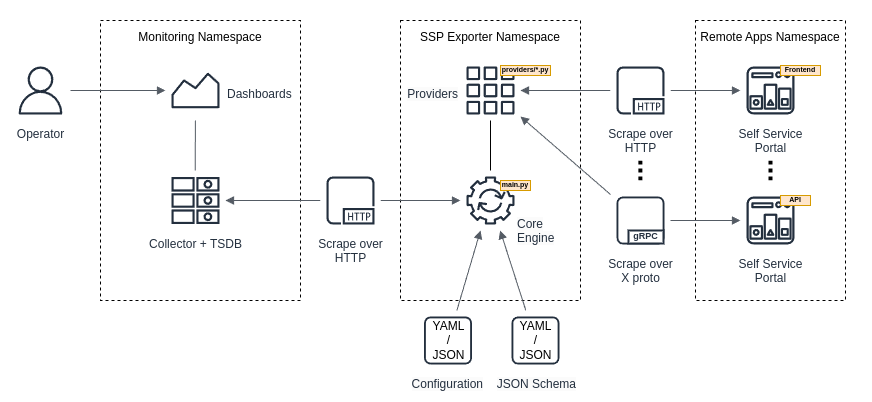
Earlier version of the draw.io export images/ssp_exporter_system_design.png (freefd/ssp-exporter). Source tidied: cells renumbered, new cells last; positions are measured from the earlier drawing's top-left corner, leaving out a move shared by most shapes.
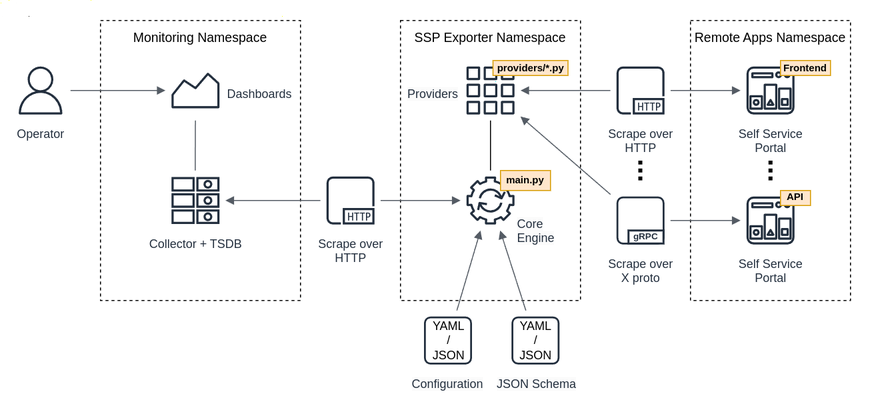
The same file after the commit.

Commit message:
ssp-exporter: update README, update JSON schema, add more types to label value

The edit, as a diff of the source:
```diff
@@ -5,13 +5,13 @@
     <mxCell id="2" style="rounded=0;whiteSpace=wrap;html=1;strokeColor=none;" parent="1" vertex="1">
       <mxGeometry width="870" height="390" as="geometry" />
     </mxCell>
-    <mxCell id="3" value="&lt;font color=&quot;#000000&quot;&gt;Remote Apps Namespace&lt;/font&gt;" style="gradientColor=none;html=1;whiteSpace=wrap;fontSize=12;fontStyle=0;strokeColor=#000000;fillColor=none;verticalAlign=top;align=center;fontColor=#879196;dashed=1;spacingTop=3;" parent="1" vertex="1">
-      <mxGeometry x="695" y="20" width="150" height="280" as="geometry" />
+    <mxCell id="3" value="&lt;font color=&quot;#000000&quot;&gt;Remote Apps Namespace&lt;/font&gt;" style="gradientColor=none;html=1;whiteSpace=wrap;fontSize=13;fontStyle=0;strokeColor=#000000;fillColor=none;verticalAlign=top;align=center;fontColor=#879196;dashed=1;spacingTop=3;" parent="1" vertex="1">
+      <mxGeometry x="690" y="20" width="160" height="280" as="geometry" />
     </mxCell>
-    <mxCell id="4" value="&lt;font color=&quot;#000000&quot;&gt;SSP Exporter Namespace&lt;/font&gt;" style="gradientColor=none;html=1;whiteSpace=wrap;fontSize=12;fontStyle=0;strokeColor=#000000;fillColor=none;verticalAlign=top;align=center;fontColor=#879196;dashed=1;spacingTop=3;" parent="1" vertex="1">
+    <mxCell id="4" value="&lt;font color=&quot;#000000&quot;&gt;SSP Exporter Namespace&lt;/font&gt;" style="gradientColor=none;html=1;whiteSpace=wrap;fontSize=13;fontStyle=0;strokeColor=#000000;fillColor=none;verticalAlign=top;align=center;fontColor=#879196;dashed=1;spacingTop=3;" parent="1" vertex="1">
       <mxGeometry x="400" y="20" width="180" height="280" as="geometry" />
     </mxCell>
-    <mxCell id="5" value="&lt;font color=&quot;#000000&quot;&gt;Monitoring Namespace&lt;/font&gt;" style="gradientColor=none;html=1;whiteSpace=wrap;fontSize=12;fontStyle=0;strokeColor=#000000;fillColor=none;verticalAlign=top;align=center;fontColor=#879196;dashed=1;spacingTop=3;" parent="1" vertex="1">
+    <mxCell id="5" value="&lt;font color=&quot;#000000&quot;&gt;Monitoring Namespace&lt;/font&gt;" style="gradientColor=none;html=1;whiteSpace=wrap;fontSize=13;fontStyle=0;strokeColor=#000000;fillColor=none;verticalAlign=top;align=center;fontColor=#879196;dashed=1;spacingTop=3;" parent="1" vertex="1">
       <mxGeometry x="100" y="20" width="200" height="280" as="geometry" />
     </mxCell>
     <mxCell id="6" value="Operator" style="sketch=0;outlineConnect=0;fontColor=#232F3E;gradientColor=none;strokeColor=#232F3E;fillColor=#ffffff;dashed=0;verticalLabelPosition=bottom;verticalAlign=top;align=center;html=1;fontSize=12;fontStyle=0;shape=mxgraph.aws4.resourceIcon;resIcon=mxgraph.aws4.user;" parent="1" vertex="1">
@@ -55,11 +55,11 @@
     <mxCell id="18" style="edgeStyle=orthogonalEdgeStyle;html=1;endArrow=none;elbow=vertical;startArrow=block;startFill=1;endFill=1;strokeColor=#545B64;rounded=0;fontColor=#000000;" parent="1" edge="1" source="7" target="6">
       <mxGeometry relative="1" as="geometry" />
     </mxCell>
-    <mxCell id="19" value="providers/*.py" style="rounded=0;whiteSpace=wrap;html=1;strokeColor=#d79b00;fontSize=7;fillColor=#ffe6cc;fontStyle=1;" parent="1" vertex="1">
-      <mxGeometry x="500" y="65" width="50" height="10" as="geometry" />
+    <mxCell id="19" value="providers/*.py" style="rounded=0;whiteSpace=wrap;html=1;strokeColor=#d79b00;fontSize=10;fillColor=#ffe6cc;fontStyle=1;" parent="1" vertex="1">
+      <mxGeometry x="492.5" y="60" width="75" height="15" as="geometry" />
     </mxCell>
-    <mxCell id="20" value="main.py" style="rounded=0;whiteSpace=wrap;html=1;strokeColor=#d79b00;fontSize=7;fillColor=#ffe6cc;fontStyle=1;" parent="1" vertex="1">
-      <mxGeometry x="500" y="180" width="30" height="10" as="geometry" />
+    <mxCell id="20" value="main.py" style="rounded=0;whiteSpace=wrap;html=1;strokeColor=#d79b00;fontSize=10;fillColor=#ffe6cc;fontStyle=1;" parent="1" vertex="1">
+      <mxGeometry x="500" y="170" width="50" height="20" as="geometry" />
     </mxCell>
     <mxCell id="21" value="&lt;div style=&quot;border-color: var(--border-color); color: rgb(0, 0, 0); font-size: 7px;&quot;&gt;&lt;span style=&quot;border-color: var(--border-color); color: rgb(35, 47, 62); font-size: 12px; background-color: initial;&quot;&gt;Self Service&lt;/span&gt;&lt;/div&gt;&lt;div style=&quot;border-color: var(--border-color); color: rgb(0, 0, 0); font-size: 7px;&quot;&gt;&lt;span style=&quot;background-color: initial; color: rgb(35, 47, 62); font-size: 12px;&quot;&gt;Portal&lt;/span&gt;&lt;/div&gt;&lt;div style=&quot;border-color: var(--border-color); color: rgb(0, 0, 0); font-size: 7px;&quot;&gt;&lt;/div&gt;&lt;div style=&quot;border-color: var(--border-color); color: rgb(0, 0, 0); font-size: 7px;&quot;&gt;&lt;/div&gt;" style="sketch=0;outlineConnect=0;fontColor=#232F3E;gradientColor=none;strokeColor=#232F3E;fillColor=#ffffff;dashed=0;verticalLabelPosition=bottom;verticalAlign=top;align=center;html=1;fontSize=12;fontStyle=0;shape=mxgraph.aws4.resourceIcon;resIcon=mxgraph.aws4.state_manager;" parent="1" vertex="1">
       <mxGeometry x="740" y="60" width="60" height="60" as="geometry" />
@@ -119,11 +119,11 @@
     <mxCell id="38" style="edgeStyle=orthogonalEdgeStyle;html=1;endArrow=block;elbow=vertical;startArrow=none;startFill=1;endFill=1;strokeColor=#545B64;rounded=0;fontSize=7;fontColor=#000000;" parent="1" edge="1" source="35" target="34">
       <mxGeometry relative="1" as="geometry" />
     </mxCell>
-    <mxCell id="39" value="Frontend" style="rounded=0;whiteSpace=wrap;html=1;strokeColor=#d79b00;fontSize=7;fillColor=#ffe6cc;fontStyle=1;" parent="1" vertex="1">
-      <mxGeometry x="780" y="65" width="40" height="10" as="geometry" />
+    <mxCell id="39" value="Frontend" style="rounded=0;whiteSpace=wrap;html=1;strokeColor=#d79b00;fontSize=10;fillColor=#ffe6cc;fontStyle=1;" parent="1" vertex="1">
+      <mxGeometry x="780" y="60" width="50" height="15" as="geometry" />
     </mxCell>
-    <mxCell id="40" value="API" style="rounded=0;whiteSpace=wrap;html=1;strokeColor=#d79b00;fontSize=7;fillColor=#ffe6cc;fontStyle=1;" parent="1" vertex="1">
-      <mxGeometry x="780" y="195" width="30" height="10" as="geometry" />
+    <mxCell id="40" value="API" style="rounded=0;whiteSpace=wrap;html=1;strokeColor=#d79b00;fontSize=10;fillColor=#ffe6cc;fontStyle=1;" parent="1" vertex="1">
+      <mxGeometry x="780" y="190" width="30" height="15" as="geometry" />
     </mxCell>
     <mxCell id="41" style="endArrow=none;html=1;strokeWidth=4;fontFamily=Helvetica;fontSize=9;fontColor=#232F3E;dashed=1;dashPattern=1 1;rounded=1;" parent="1" edge="1">
       <mxGeometry relative="1" as="geometry">
```
